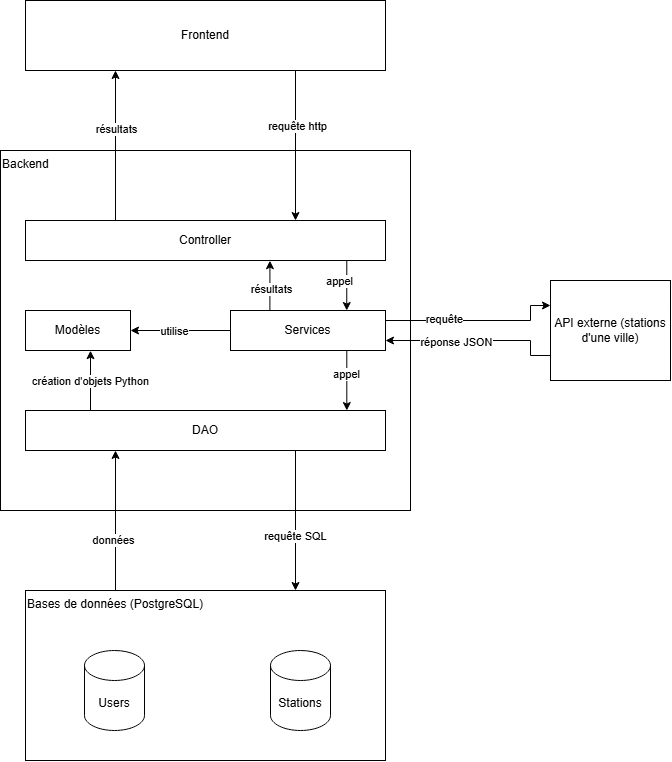
Before: doc/rapport_analyse/img/diag_archi_log.png, a diagram exported from draw.io (Eddboy-ensai/ensai-it-project-2a-team14). Source tidied: cells renumbered, new cells last; positions are measured from the earlier drawing's top-left corner, leaving out a move shared by most shapes.
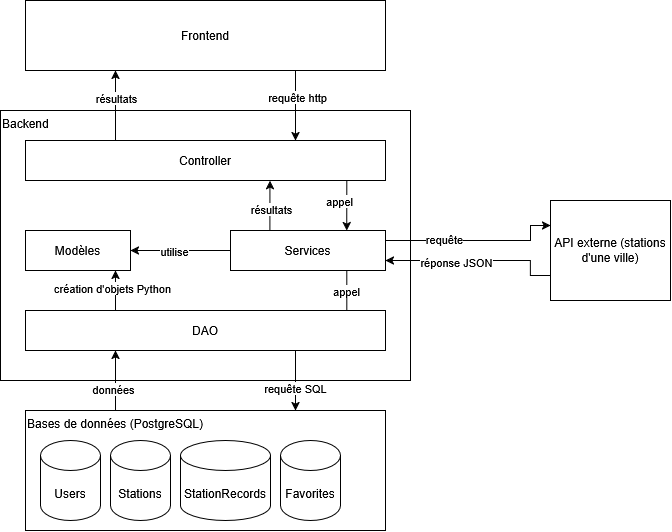
After the commit.

Change to the diagram source:
```diff
@@ -3,7 +3,7 @@
     <mxCell id="0" />
     <mxCell id="1" parent="0" />
     <mxCell id="2" value="&lt;div align=&quot;left&quot;&gt;Backend&lt;/div&gt;" style="rounded=0;whiteSpace=wrap;html=1;align=left;verticalAlign=top;" parent="1" vertex="1">
-      <mxGeometry y="150" width="410" height="360" as="geometry" />
+      <mxGeometry x="40" y="120" width="410" height="270" as="geometry" />
     </mxCell>
     <mxCell id="3" style="edgeStyle=orthogonalEdgeStyle;rounded=0;jettySize=auto;html=1;exitX=0.75;exitY=1;exitDx=0;exitDy=0;entryX=0.75;entryY=0;entryDx=0;entryDy=0;" parent="1" edge="1" source="5" target="10">
       <mxGeometry relative="1" as="geometry" />
@@ -12,12 +12,12 @@
       <mxGeometry x="-0.26" y="1" relative="1" as="geometry" />
     </mxCell>
     <mxCell id="5" value="Frontend" style="rounded=0;whiteSpace=wrap;html=1;" parent="1" vertex="1">
-      <mxGeometry x="25" width="360" height="70" as="geometry" />
+      <mxGeometry x="65" y="10" width="360" height="70" as="geometry" />
     </mxCell>
     <mxCell id="6" style="edgeStyle=orthogonalEdgeStyle;rounded=0;jettySize=auto;html=1;exitX=0.75;exitY=1;exitDx=0;exitDy=0;entryX=0.75;entryY=0;entryDx=0;entryDy=0;" parent="1" edge="1" source="10" target="19">
       <mxGeometry relative="1" as="geometry">
         <Array as="points">
-          <mxPoint x="346.3" y="260" />
+          <mxPoint x="386.3" y="190" />
         </Array>
       </mxGeometry>
     </mxCell>
@@ -29,39 +29,41 @@
     <mxCell id="8" style="edgeStyle=orthogonalEdgeStyle;rounded=0;jettySize=auto;html=1;exitX=0.25;exitY=0;exitDx=0;exitDy=0;entryX=0.25;entryY=1;entryDx=0;entryDy=0;" parent="1" edge="1" source="10" target="5">
       <mxGeometry relative="1" as="geometry" />
     </mxCell>
-    <mxCell id="9" value="résultats" style="edgeLabel;html=1;align=center;verticalAlign=middle;" parent="8" vertex="1">
-      <mxGeometry x="0.23" relative="1" as="geometry" />
-    </mxCell>
+    <mxCell id="34" value="résultats" style="edgeLabel;html=1;align=center;verticalAlign=middle;" parent="8" vertex="1">
+      <mxGeometry x="0.23" relative="1" as="geometry" />
+    </mxCell>
     <mxCell id="10" value="Controller" style="rounded=0;whiteSpace=wrap;html=1;" parent="1" vertex="1">
-      <mxGeometry x="25" y="220" width="360" height="40" as="geometry" />
+      <mxGeometry x="65" y="150" width="360" height="40" as="geometry" />
     </mxCell>
     <mxCell id="11" style="edgeStyle=orthogonalEdgeStyle;rounded=0;jettySize=auto;html=1;exitX=0.25;exitY=0;exitDx=0;exitDy=0;entryX=0.679;entryY=1.005;entryDx=0;entryDy=0;entryPerimeter=0;" parent="1" edge="1" source="19" target="10">
       <mxGeometry relative="1" as="geometry">
         <Array as="points">
-          <mxPoint x="268.8" y="260.2" />
+          <mxPoint x="308.8" y="190.2" />
         </Array>
       </mxGeometry>
     </mxCell>
-    <mxCell id="12" value="résultats" style="edgeLabel;html=1;align=center;verticalAlign=middle;" parent="11" vertex="1">
-      <mxGeometry x="-0.13" y="-1" relative="1" as="geometry" />
-    </mxCell>
-    <mxCell id="13" style="edgeStyle=orthogonalEdgeStyle;rounded=0;jettySize=auto;html=1;exitX=0.75;exitY=1;exitDx=0;exitDy=0;" parent="1" edge="1" source="19">
-      <mxGeometry relative="1" as="geometry">
-        <mxPoint x="346.3" y="410" as="targetPoint" />
-        <Array as="points">
-          <mxPoint x="346.3" y="410" />
-          <mxPoint x="347.2" y="410" />
-        </Array>
-      </mxGeometry>
-    </mxCell>
+    <mxCell id="35" value="résultats" style="edgeLabel;html=1;align=center;verticalAlign=middle;" parent="11" vertex="1">
+      <mxGeometry x="-0.13" y="-1" relative="1" as="geometry" />
+    </mxCell>
+    <mxCell id="36" style="edgeStyle=orthogonalEdgeStyle;rounded=0;jettySize=auto;html=1;exitX=0.75;exitY=1;exitDx=0;exitDy=0;" parent="1" edge="1" source="19">
+      <mxGeometry relative="1" as="geometry">
+        <mxPoint x="386.3" y="340" as="targetPoint" />
+        <Array as="points">
+          <mxPoint x="386.3" y="340" />
+          <mxPoint x="387.2" y="340" />
+        </Array>
+      </mxGeometry>
+    </mxCell>
-    <mxCell id="14" value="&lt;div&gt;appel&lt;/div&gt;" style="edgeLabel;html=1;align=center;verticalAlign=middle;" parent="13" vertex="1">
-      <mxGeometry x="-0.22" y="-1" relative="1" as="geometry" />
+    <mxCell id="14" value="&lt;div&gt;appel&lt;/div&gt;" style="edgeLabel;html=1;align=center;verticalAlign=middle;" parent="36" vertex="1">
+      <mxGeometry x="-0.22" y="-1" relative="1" as="geometry">
+        <mxPoint y="-3" as="offset" />
+      </mxGeometry>
     </mxCell>
     <mxCell id="15" style="edgeStyle=orthogonalEdgeStyle;rounded=0;jettySize=auto;html=1;exitX=1;exitY=0.25;exitDx=0;exitDy=0;entryX=0;entryY=0.25;entryDx=0;entryDy=0;" parent="1" edge="1" source="19" target="28">
       <mxGeometry relative="1" as="geometry">
         <Array as="points">
-          <mxPoint x="530" y="320" />
-          <mxPoint x="530" y="305" />
+          <mxPoint x="570" y="250" />
+          <mxPoint x="570" y="235" />
         </Array>
       </mxGeometry>
     </mxCell>
@@ -77,7 +79,7 @@
       <mxGeometry x="0.14" relative="1" as="geometry" />
     </mxCell>
     <mxCell id="19" value="Services" style="rounded=0;whiteSpace=wrap;html=1;" parent="1" vertex="1">
-      <mxGeometry x="230" y="310" width="155" height="40" as="geometry" />
+      <mxGeometry x="270" y="240" width="155" height="40" as="geometry" />
     </mxCell>
     <mxCell id="20" style="edgeStyle=orthogonalEdgeStyle;rounded=0;jettySize=auto;html=1;exitX=0.75;exitY=1;exitDx=0;exitDy=0;entryX=0.75;entryY=0;entryDx=0;entryDy=0;" parent="1" edge="1" source="22" target="25">
       <mxGeometry relative="1" as="geometry" />
@@ -86,7 +88,7 @@
       <mxGeometry x="0.22" y="-1" relative="1" as="geometry" />
     </mxCell>
     <mxCell id="22" value="DAO" style="rounded=0;whiteSpace=wrap;html=1;" parent="1" vertex="1">
-      <mxGeometry x="25" y="410" width="360" height="40" as="geometry" />
+      <mxGeometry x="65" y="320" width="360" height="40" as="geometry" />
     </mxCell>
     <mxCell id="23" style="edgeStyle=orthogonalEdgeStyle;rounded=0;jettySize=auto;html=1;exitX=0.25;exitY=0;exitDx=0;exitDy=0;entryX=0.25;entryY=1;entryDx=0;entryDy=0;" parent="1" edge="1" source="25" target="22">
       <mxGeometry relative="1" as="geometry" />
@@ -95,13 +97,13 @@
       <mxGeometry x="-0.28" y="3" relative="1" as="geometry" />
     </mxCell>
     <mxCell id="25" value="Bases de données (PostgreSQL)" style="rounded=0;whiteSpace=wrap;html=1;labelPosition=center;verticalLabelPosition=middle;align=left;verticalAlign=top;spacingTop=0;" parent="1" vertex="1">
-      <mxGeometry x="25" y="590" width="360" height="170" as="geometry" />
+      <mxGeometry x="65" y="420" width="360" height="120" as="geometry" />
     </mxCell>
     <mxCell id="26" style="edgeStyle=orthogonalEdgeStyle;rounded=0;jettySize=auto;html=1;exitX=0;exitY=0.75;exitDx=0;exitDy=0;entryX=1;entryY=0.75;entryDx=0;entryDy=0;" parent="1" edge="1" source="28" target="19">
       <mxGeometry relative="1" as="geometry">
         <Array as="points">
-          <mxPoint x="530" y="355" />
-          <mxPoint x="530" y="340" />
+          <mxPoint x="570" y="285" />
+          <mxPoint x="570" y="270" />
         </Array>
       </mxGeometry>
     </mxCell>
@@ -111,28 +113,28 @@
       </mxGeometry>
     </mxCell>
     <mxCell id="28" value="API externe (stations d'une ville)" style="rounded=0;whiteSpace=wrap;html=1;" parent="1" vertex="1">
-      <mxGeometry x="550" y="280" width="120" height="100" as="geometry" />
+      <mxGeometry x="590" y="210" width="120" height="100" as="geometry" />
     </mxCell>
     <mxCell id="29" value="Users" style="shape=cylinder3;whiteSpace=wrap;html=1;boundedLbl=1;backgroundOutline=1;size=15;" parent="1" vertex="1">
-      <mxGeometry x="84" y="650" width="60" height="80" as="geometry" />
+      <mxGeometry x="80" y="450" width="60" height="80" as="geometry" />
     </mxCell>
     <mxCell id="30" value="Stations" style="shape=cylinder3;whiteSpace=wrap;html=1;boundedLbl=1;backgroundOutline=1;size=15;" parent="1" vertex="1">
-      <mxGeometry x="270" y="650" width="60" height="80" as="geometry" />
+      <mxGeometry x="150" y="450" width="60" height="80" as="geometry" />
     </mxCell>
     <mxCell id="31" value="Modèles" style="rounded=0;whiteSpace=wrap;html=1;" parent="1" vertex="1">
-      <mxGeometry x="25" y="310" width="105" height="40" as="geometry" />
+      <mxGeometry x="65" y="240" width="105" height="40" as="geometry" />
     </mxCell>
-    <mxCell id="32" style="edgeStyle=orthogonalEdgeStyle;rounded=0;jettySize=auto;html=1;exitX=0.25;exitY=0;exitDx=0;exitDy=0;" parent="1" edge="1" source="22">
-      <mxGeometry relative="1" as="geometry">
-        <mxPoint x="90" y="350.2" as="targetPoint" />
-        <Array as="points">
-          <mxPoint x="90" y="410" />
-          <mxPoint x="90" y="350.2" />
-        </Array>
-      </mxGeometry>
-    </mxCell>
+    <mxCell id="37" value="StationRecords" style="shape=cylinder3;whiteSpace=wrap;html=1;boundedLbl=1;backgroundOutline=1;size=15;" parent="1" vertex="1">
+      <mxGeometry x="220" y="450" width="90" height="80" as="geometry" />
+    </mxCell>
+    <mxCell id="38" value="Favorites" style="shape=cylinder3;whiteSpace=wrap;html=1;boundedLbl=1;backgroundOutline=1;size=15;" parent="1" vertex="1">
+      <mxGeometry x="320" y="450" width="60" height="80" as="geometry" />
+    </mxCell>
+    <mxCell id="39" style="edgeStyle=orthogonalEdgeStyle;rounded=0;jettySize=auto;html=1;exitX=0.25;exitY=0;exitDx=0;exitDy=0;entryX=0.857;entryY=1;entryDx=0;entryDy=0;entryPerimeter=0;" parent="1" edge="1" source="22" target="31">
+      <mxGeometry relative="1" as="geometry" />
+    </mxCell>
-    <mxCell id="33" value="création d'objets Python" style="edgeLabel;html=1;align=center;verticalAlign=middle;" parent="32" vertex="1">
-      <mxGeometry x="0.3" y="1" relative="1" as="geometry" />
+    <mxCell id="33" value="création d'objets Python" style="edgeLabel;html=1;align=center;verticalAlign=middle;" parent="39" vertex="1">
+      <mxGeometry x="0.13" y="3" relative="1" as="geometry" />
     </mxCell>
   </root>
 </mxGraphModel>
```
